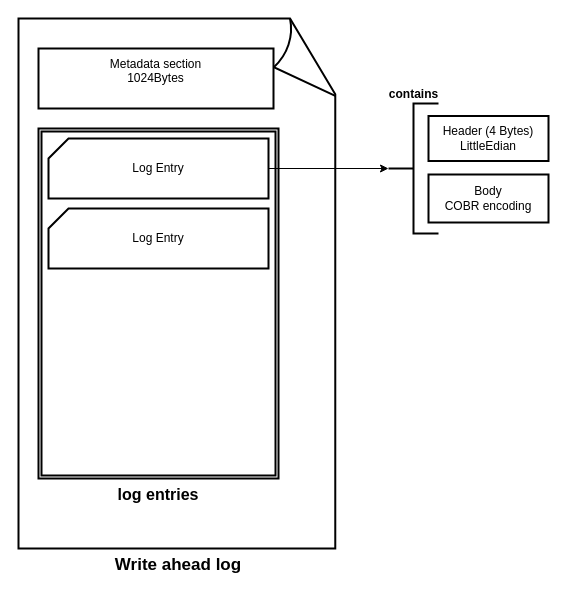
Above: courses/rust/projects/project-2/design/write_ahead_log.drawio in LMJW/talent-plan (draw.io), before the change. Source tidied: cells renumbered, new cells numbered last; positions are measured from the earlier drawing's top-left corner, leaving out a move shared by most shapes. Both pictures are drawn from the tidied source at 100%, with x=0, y=0 at pixel (18, 18).
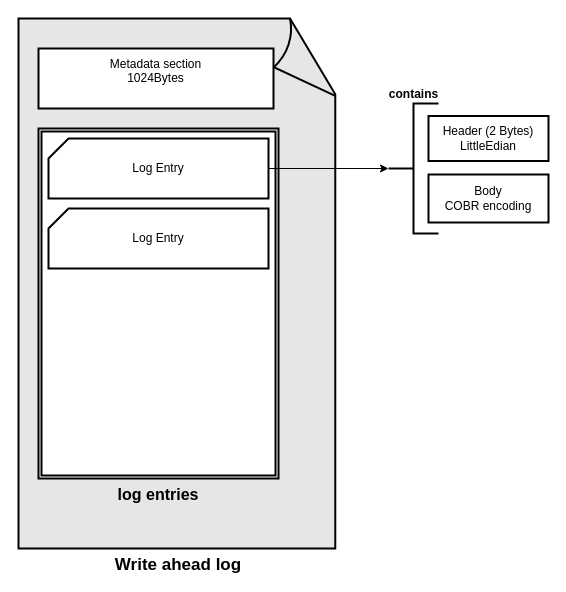
The same page after the edit.

The edit, as a diff of the source:
```diff
@@
 <mxGraphModel>
   <root>
     <mxCell id="0" />
     <mxCell id="1" parent="0" />
-    <mxCell id="2" value="&lt;font style=&quot;font-size: 17px&quot;&gt;&lt;b&gt;Write ahead log&lt;/b&gt;&lt;/font&gt;" style="shape=mxgraph.basic.document;whiteSpace=wrap;html=1;fillColor=#ffffff;strokeColor=#000000;strokeWidth=2;verticalAlign=top;labelPosition=center;verticalLabelPosition=bottom;align=center;" parent="1" vertex="1">
+    <mxCell id="2" value="&lt;font style=&quot;font-size: 17px&quot;&gt;&lt;b&gt;Write ahead log&lt;/b&gt;&lt;/font&gt;" style="shape=mxgraph.basic.document;whiteSpace=wrap;html=1;strokeColor=#000000;strokeWidth=2;verticalAlign=top;labelPosition=center;verticalLabelPosition=bottom;align=center;fillColor=#E6E6E6;" parent="1" vertex="1">
       <mxGeometry width="320" height="530" as="geometry" />
     </mxCell>
     <mxCell id="3" value="&lt;div&gt;Metadata section&lt;/div&gt;&lt;div&gt;1024Bytes&lt;br&gt;&lt;/div&gt;&lt;div&gt;&lt;br&gt;&lt;/div&gt;" style="rounded=0;whiteSpace=wrap;html=1;strokeWidth=2;" parent="1" vertex="1">
       <mxGeometry x="20" y="30" width="235" height="60" as="geometry" />
     </mxCell>
     <mxCell id="4" value="&lt;div style=&quot;font-size: 16px&quot;&gt;&lt;font style=&quot;font-size: 16px&quot;&gt;&lt;b&gt;log entries&lt;br&gt;&lt;br&gt;&lt;/b&gt;&lt;/font&gt;&lt;/div&gt;" style="shape=ext;double=1;rounded=0;whiteSpace=wrap;html=1;labelPosition=center;verticalLabelPosition=bottom;align=center;verticalAlign=top;strokeWidth=2;" parent="1" vertex="1">
       <mxGeometry x="20" y="110" width="240" height="350" as="geometry" />
     </mxCell>
     <mxCell id="5" style="edgeStyle=orthogonalEdgeStyle;rounded=0;html=1;entryX=0;entryY=0.5;entryDx=0;entryDy=0;entryPerimeter=0;jettySize=auto;fontSize=20;fontStyle=1;" parent="1" edge="1" source="6" target="8">
       <mxGeometry relative="1" as="geometry" />
     </mxCell>
     <mxCell id="6" value="Log Entry" style="verticalLabelPosition=middle;verticalAlign=middle;html=1;strokeWidth=2;shape=card;whiteSpace=wrap;size=20;arcSize=12;labelPosition=center;align=center;" parent="1" vertex="1">
       <mxGeometry x="30" y="120" width="220" height="60" as="geometry" />
     </mxCell>
     <mxCell id="7" value="Log Entry" style="verticalLabelPosition=middle;verticalAlign=middle;html=1;strokeWidth=2;shape=card;whiteSpace=wrap;size=20;arcSize=12;labelPosition=center;align=center;" parent="1" vertex="1">
       <mxGeometry x="30" y="190" width="220" height="60" as="geometry" />
     </mxCell>
     <mxCell id="8" value="&lt;b&gt;contains&lt;/b&gt;" style="strokeWidth=2;html=1;shape=mxgraph.flowchart.annotation_2;align=center;verticalAlign=bottom;labelPosition=center;verticalLabelPosition=top;" parent="1" vertex="1">
       <mxGeometry x="370" y="85" width="50" height="130" as="geometry" />
     </mxCell>
-    <mxCell id="9" value="&lt;div&gt;Header (4 Bytes)&lt;/div&gt;&lt;div&gt;LittleEdian&lt;br&gt;&lt;/div&gt;" style="rounded=0;whiteSpace=wrap;html=1;strokeWidth=2;" parent="1" vertex="1">
+    <mxCell id="9" value="&lt;div&gt;Header (2 Bytes)&lt;/div&gt;&lt;div&gt;LittleEdian&lt;br&gt;&lt;/div&gt;" style="rounded=0;whiteSpace=wrap;html=1;strokeWidth=2;" parent="1" vertex="1">
       <mxGeometry x="410" y="97.5" width="120" height="45" as="geometry" />
     </mxCell>
     <mxCell id="10" value="&lt;div&gt;Body&lt;br&gt;&lt;/div&gt;&lt;div&gt;COBR encoding&lt;br&gt;&lt;/div&gt;" style="rounded=0;whiteSpace=wrap;html=1;strokeWidth=2;" parent="1" vertex="1">
       <mxGeometry x="410" y="156" width="120" height="48" as="geometry" />
     </mxCell>
   </root>
 </mxGraphModel>
```
